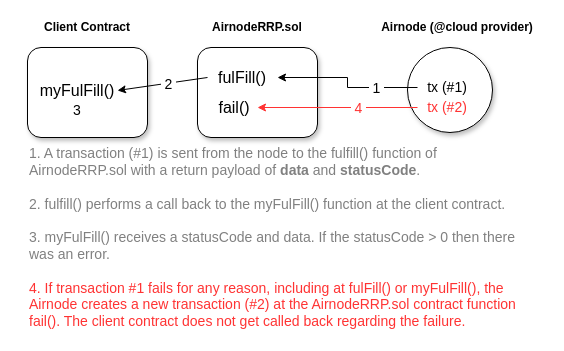
Before: docs/next/assets/diagrams/request-outcomes.drawio in api3dao/old-api3-docs, a draw.io diagram. Source tidied: cells renumbered, new cells numbered last; positions are measured from the earlier drawing's top-left corner, leaving out a move shared by most shapes. Both pictures are drawn from the tidied source at 100%, with x=0, y=0 at pixel (17, 17).
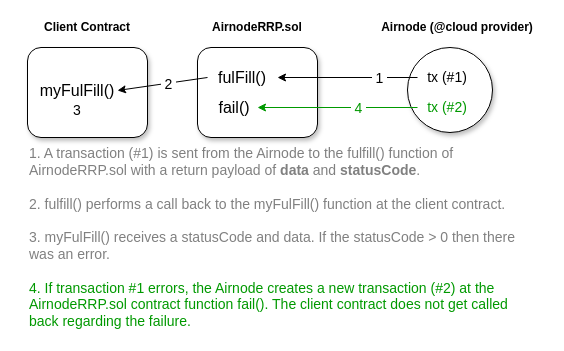
The same page after the edit.

What changed in the source:
```diff
@@
-    <mxCell id="10" value="&lt;font color=&quot;#808080&quot;&gt;1. A transaction (#1) is sent from the node to the fulfill() function of AirnodeRRP.sol with a return payload of &lt;b&gt;data&lt;/b&gt; and &lt;b&gt;statusCode&lt;/b&gt;.&lt;br&gt;&lt;br&gt;2. fulfill() performs a call back to the myFulFill() function at the client contract.&lt;br&gt;&lt;br&gt;3.&amp;nbsp;&lt;/font&gt;&lt;font color=&quot;#808080&quot;&gt;myFulFill() receives a statusCode and data. If the statusCode &amp;gt; 0 then there was an error.&amp;nbsp;&lt;/font&gt;&lt;br&gt;&lt;br&gt;&lt;font color=&quot;#ff3333&quot;&gt;4. If transaction #1 fails for any reason, including at fulFill() or myFulFill(), the Airnode creates a new transaction (#2) at the AirnodeRRP.sol contract function fail(). The client contract does not get called back regarding the failure.&lt;/font&gt;" style="text;html=1;strokeColor=none;fillColor=none;align=left;verticalAlign=middle;whiteSpace=wrap;rounded=0;shadow=1;fontSize=14;" parent="1" vertex="1">
+    <mxCell id="10" value="&lt;font color=&quot;#808080&quot;&gt;1. A transaction (#1) is sent from the Airnode to the fulfill() function of AirnodeRRP.sol with a return payload of &lt;b&gt;data&lt;/b&gt; and &lt;b&gt;statusCode&lt;/b&gt;.&lt;br&gt;&lt;br&gt;2. fulfill() performs a call back to the myFulFill() function at the client contract.&lt;br&gt;&lt;br&gt;3.&amp;nbsp;&lt;/font&gt;&lt;font color=&quot;#808080&quot;&gt;myFulFill() receives a statusCode and data. If the statusCode &amp;gt; 0 then there was an error.&amp;nbsp;&lt;/font&gt;&lt;br&gt;&lt;br&gt;&lt;font color=&quot;#009900&quot;&gt;4. If transaction #1 errors, the Airnode creates a new transaction (#2) at the AirnodeRRP.sol contract function fail(). The client contract does not get called back regarding the failure.&lt;/font&gt;" style="text;html=1;strokeColor=none;fillColor=none;align=left;verticalAlign=middle;whiteSpace=wrap;rounded=0;shadow=1;fontSize=14;" parent="1" vertex="1">
       <mxGeometry x="10" y="130" width="505" height="180" as="geometry" />
     </mxCell>
@@
-    <mxCell id="16" value="tx (#2)" style="text;html=1;strokeColor=none;fillColor=none;align=center;verticalAlign=middle;whiteSpace=wrap;rounded=0;shadow=1;fontSize=14;fontColor=#FF3333;" parent="1" vertex="1">
+    <mxCell id="16" value="tx (#2)" style="text;html=1;strokeColor=none;fillColor=none;align=center;verticalAlign=middle;whiteSpace=wrap;rounded=0;shadow=1;fontSize=14;fontColor=#009900;" parent="1" vertex="1">
       <mxGeometry x="400" y="80" width="60" height="20" as="geometry" />
     </mxCell>
     <mxCell id="17" value="tx (#1)" style="text;html=1;strokeColor=none;fillColor=none;align=center;verticalAlign=middle;whiteSpace=wrap;rounded=0;shadow=1;fontSize=14;" parent="1" vertex="1">
-      <mxGeometry x="400" y="60" width="60" height="20" as="geometry" />
+      <mxGeometry x="400" y="50" width="60" height="20" as="geometry" />
     </mxCell>
@@
-    <mxCell id="20" style="endArrow=classic;html=1;fontSize=14;strokeColor=#FF3333;fontColor=#FF3333;exitX=0;exitY=0.5;exitDx=0;exitDy=0;" parent="1" edge="1" source="16">
+    <mxCell id="20" style="endArrow=classic;html=1;fontSize=14;strokeColor=#009900;fontColor=#FF3333;exitX=0;exitY=0.5;exitDx=0;exitDy=0;" parent="1" edge="1" source="16">
       <mxGeometry relative="1" as="geometry">
         <mxPoint x="240" y="90" as="targetPoint" />
       </mxGeometry>
     </mxCell>
-    <mxCell id="21" value="&lt;font color=&quot;#ff3333&quot;&gt;&amp;nbsp;4&amp;nbsp;&lt;/font&gt;" style="edgeLabel;html=1;align=center;verticalAlign=middle;fontSize=14;" parent="20" vertex="1">
+    <mxCell id="21" value="&lt;font color=&quot;#009900&quot;&gt;&amp;nbsp;4&amp;nbsp;&lt;/font&gt;" style="edgeLabel;html=1;align=center;verticalAlign=middle;fontSize=14;" parent="20" vertex="1">
       <mxGeometry x="-0.25" relative="1" as="geometry" />
     </mxCell>
```
